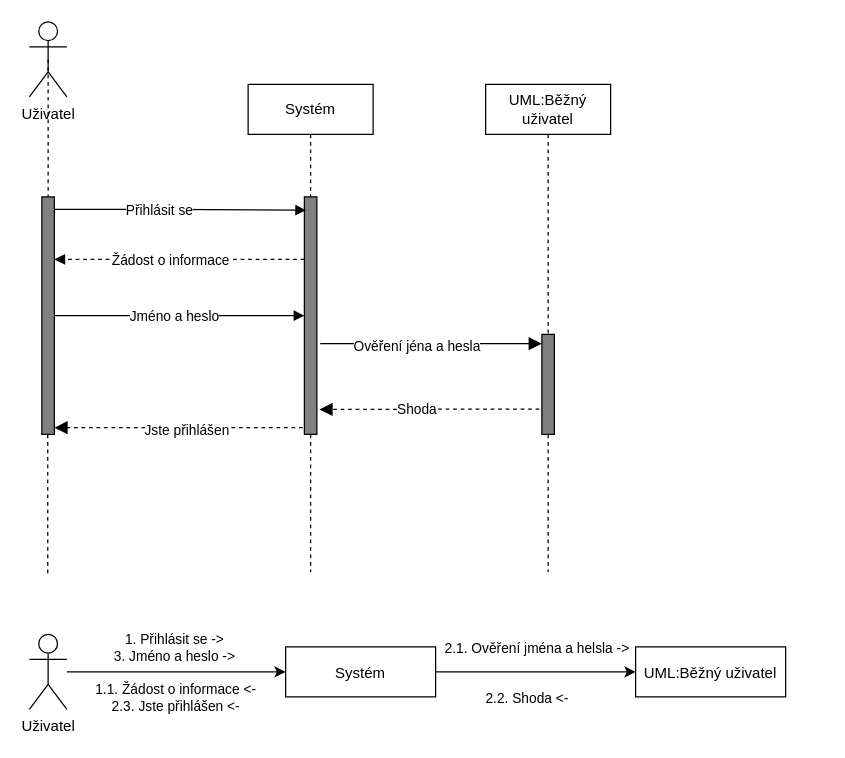
Above: page "LogIn" (2 of 12) of IUS/IUS_projekt/Sequence.drawio in dan1235689/Diagrams (draw.io), before the change. Source tidied: cells renumbered, new cells numbered last; positions are measured from the earlier drawing's top-left corner, leaving out a move shared by most shapes. Both pictures are drawn from the tidied source at 125%, with x=0, y=0 at pixel (29, 21).
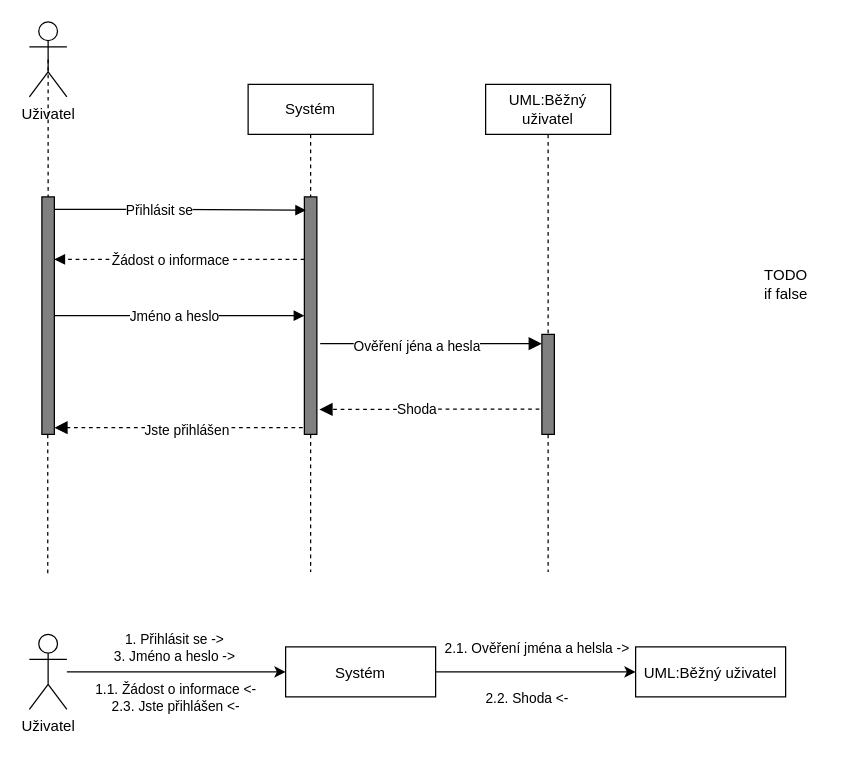
The same diagram, later.

Change to the diagram source:
```diff
@@
+    <mxCell id="33" value="TODO&lt;br&gt;if false" style="text;html=1;align=center;verticalAlign=middle;strokeColor=none;fillColor=none;" parent="1" vertex="1">
+      <mxGeometry x="575" y="190" width="60" height="40" as="geometry" />
+    </mxCell>
```
